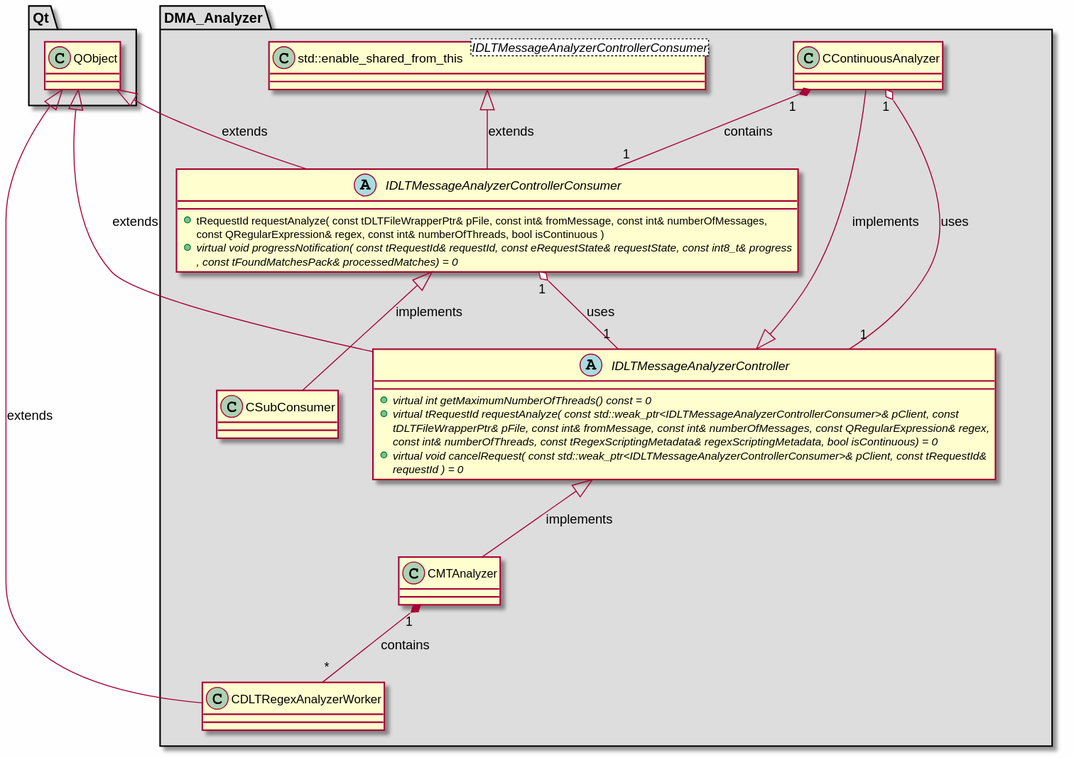
Before: md/dev_docs/puml/DMA_Analyzer_standalone.svg, a diagram exported from PlantUML (svlad-90/DLT-Message-Analyzer). Its diagram source:
```plantuml
@startuml

skinparam backgroundColor #FEFEFE
skinparam wrapWidth 600
package "DMA_Analyzer" #DDDDDD
{

class "CContinuousAnalyzer"
{
}

class "CDLTRegexAnalyzerWorker"
{
}

class "CMTAnalyzer"
{
}

class "CSubConsumer"
{
}

abstract class "IDLTMessageAnalyzerController"
{
    + {abstract} virtual int getMaximumNumberOfThreads() const = 0
    + {abstract} virtual tRequestId requestAnalyze( const std::weak_ptr<IDLTMessageAnalyzerControllerConsumer>& pClient, const tDLTFileWrapperPtr& pFile, const int& fromMessage, const int& numberOfMessages, const QRegularExpression& regex, const int& numberOfThreads, const tRegexScriptingMetadata& regexScriptingMetadata, bool isContinuous) = 0
    + {abstract} virtual void cancelRequest( const std::weak_ptr<IDLTMessageAnalyzerControllerConsumer>& pClient, const tRequestId& requestId ) = 0
}

abstract class "IDLTMessageAnalyzerControllerConsumer"
{
    + tRequestId requestAnalyze( const tDLTFileWrapperPtr& pFile, const int& fromMessage, const int& numberOfMessages, const QRegularExpression& regex, const int& numberOfThreads, bool isContinuous )
    + {abstract} virtual void progressNotification( const tRequestId& requestId, const eRequestState& requestState, const int8_t& progress, const tFoundMatchesPack& processedMatches) = 0
}

class "std::enable_shared_from_this<IDLTMessageAnalyzerControllerConsumer>" as std::enable_shared_from_this_IDLTMessageAnalyzerControllerConsumer_
{
}

}

package "Qt" #DDDDDD
{

class "QObject"
{
}

}

IDLTMessageAnalyzerController <|-- CContinuousAnalyzer : implements
QObject <|-- CDLTRegexAnalyzerWorker : extends
IDLTMessageAnalyzerController <|-- CMTAnalyzer : implements
IDLTMessageAnalyzerControllerConsumer <|-- CSubConsumer : implements
QObject <|-- IDLTMessageAnalyzerController : extends
QObject <|-- IDLTMessageAnalyzerControllerConsumer : extends
std::enable_shared_from_this_IDLTMessageAnalyzerControllerConsumer_ <|-- IDLTMessageAnalyzerControllerConsumer : extends

CContinuousAnalyzer "1" o-- "1" IDLTMessageAnalyzerController : uses
CContinuousAnalyzer "1" *-- "1" IDLTMessageAnalyzerControllerConsumer : contains
CMTAnalyzer "1" *-- "*" CDLTRegexAnalyzerWorker : contains
IDLTMessageAnalyzerControllerConsumer "1" o-- "1" IDLTMessageAnalyzerController : uses

@enduml
```
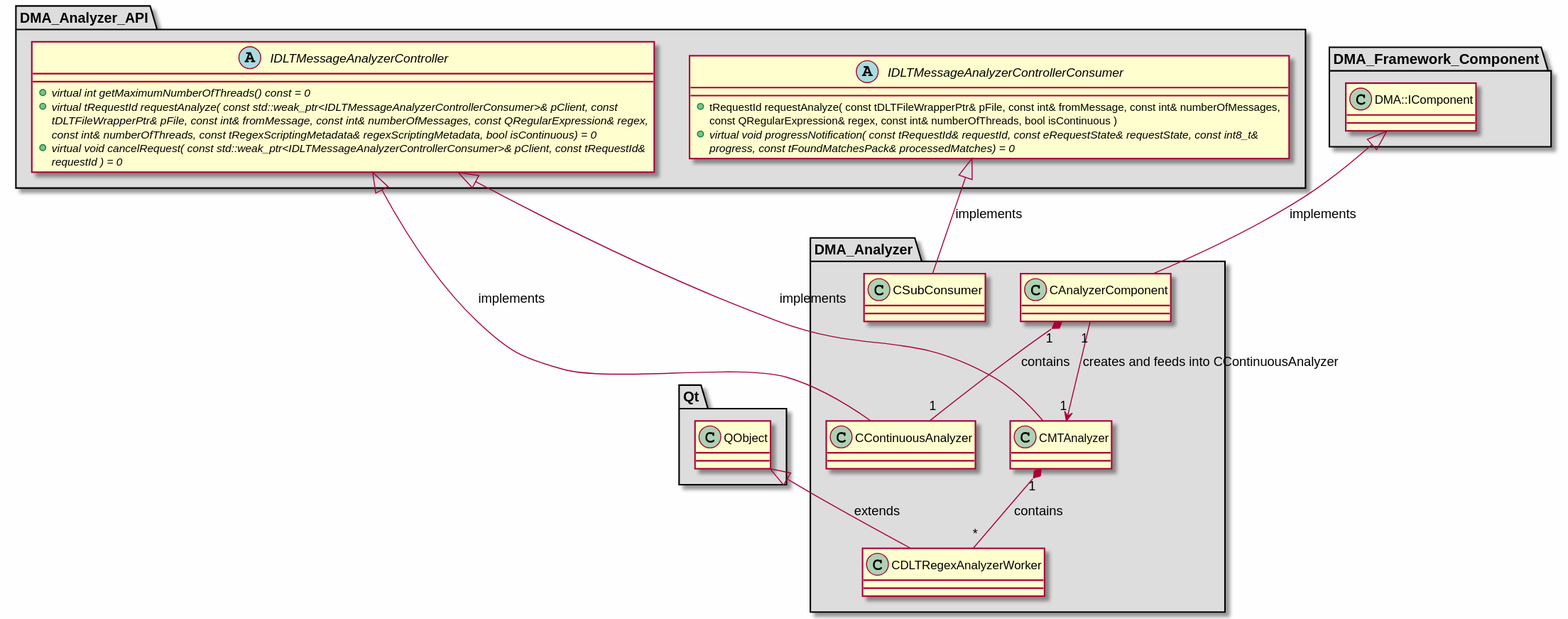
The same file after the commit.

Diff of the diagram source:
```diff
@@ -4,6 +4,10 @@
 skinparam wrapWidth 600
 package "DMA_Analyzer" #DDDDDD
 {
+
+class "CAnalyzerComponent"
+{
+}
 
 class "CContinuousAnalyzer"
 {
@@ -21,6 +25,11 @@
 {
 }
 
+}
+
+package "DMA_Analyzer_API" #DDDDDD
+{
+
 abstract class "IDLTMessageAnalyzerController"
 {
     + {abstract} virtual int getMaximumNumberOfThreads() const = 0
@@ -34,7 +43,12 @@
     + {abstract} virtual void progressNotification( const tRequestId& requestId, const eRequestState& requestState, const int8_t& progress, const tFoundMatchesPack& processedMatches) = 0
 }
 
-class "std::enable_shared_from_this<IDLTMessageAnalyzerControllerConsumer>" as std::enable_shared_from_this_IDLTMessageAnalyzerControllerConsumer_
+}
+
+package "DMA_Framework_Component" #DDDDDD
+{
+
+class "DMA::IComponent"
 {
 }
 
@@ -49,17 +63,14 @@
 
 }
 
+DMA::IComponent <|-- CAnalyzerComponent : implements
 IDLTMessageAnalyzerController <|-- CContinuousAnalyzer : implements
 QObject <|-- CDLTRegexAnalyzerWorker : extends
 IDLTMessageAnalyzerController <|-- CMTAnalyzer : implements
 IDLTMessageAnalyzerControllerConsumer <|-- CSubConsumer : implements
-QObject <|-- IDLTMessageAnalyzerController : extends
-QObject <|-- IDLTMessageAnalyzerControllerConsumer : extends
-std::enable_shared_from_this_IDLTMessageAnalyzerControllerConsumer_ <|-- IDLTMessageAnalyzerControllerConsumer : extends
 
-CContinuousAnalyzer "1" o-- "1" IDLTMessageAnalyzerController : uses
-CContinuousAnalyzer "1" *-- "1" IDLTMessageAnalyzerControllerConsumer : contains
+CAnalyzerComponent "1" *-- "1" CContinuousAnalyzer : contains
+CAnalyzerComponent "1" --> "1" CMTAnalyzer : creates and feeds into CContinuousAnalyzer
 CMTAnalyzer "1" *-- "*" CDLTRegexAnalyzerWorker : contains
-IDLTMessageAnalyzerControllerConsumer "1" o-- "1" IDLTMessageAnalyzerController : uses
 
 @enduml
```
